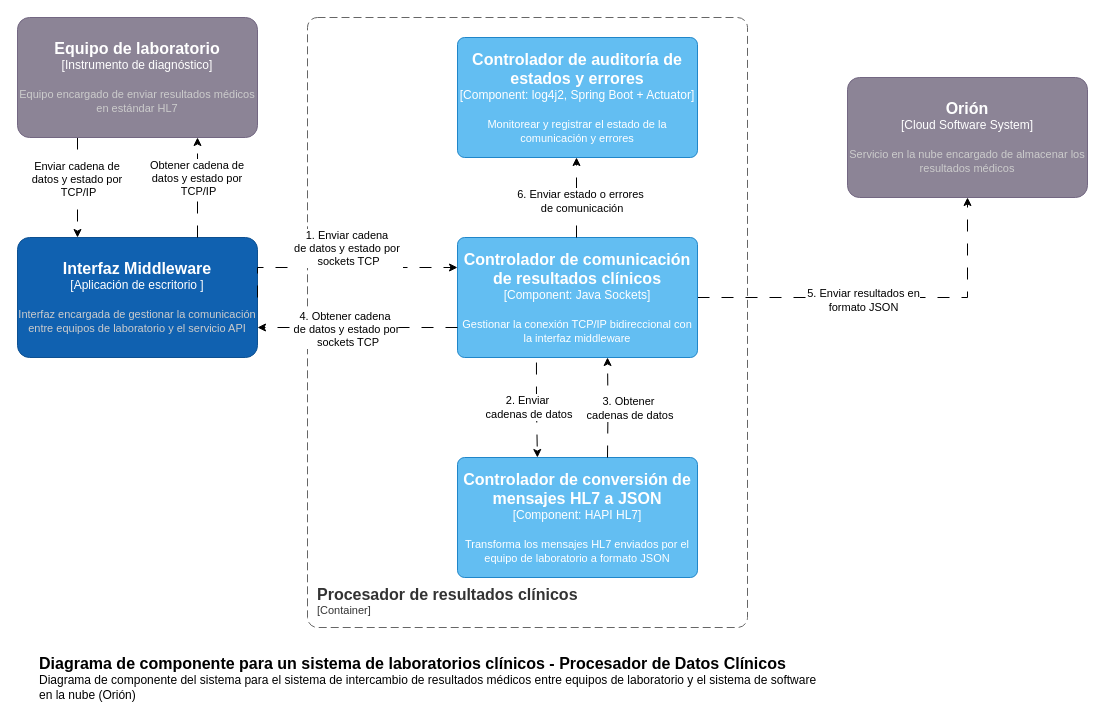
Above: page "Componente-PROCESADOR" (4 of 4) of Diagramas/TIC.drawio in GiulianAlbuja/TIC (draw.io), before the change. Source tidied: cells renumbered, new cells numbered last; positions are measured from the earlier drawing's top-left corner, leaving out a move shared by most shapes. Both pictures are drawn from the tidied source at 100%, with x=0, y=0 at pixel (17, 17).
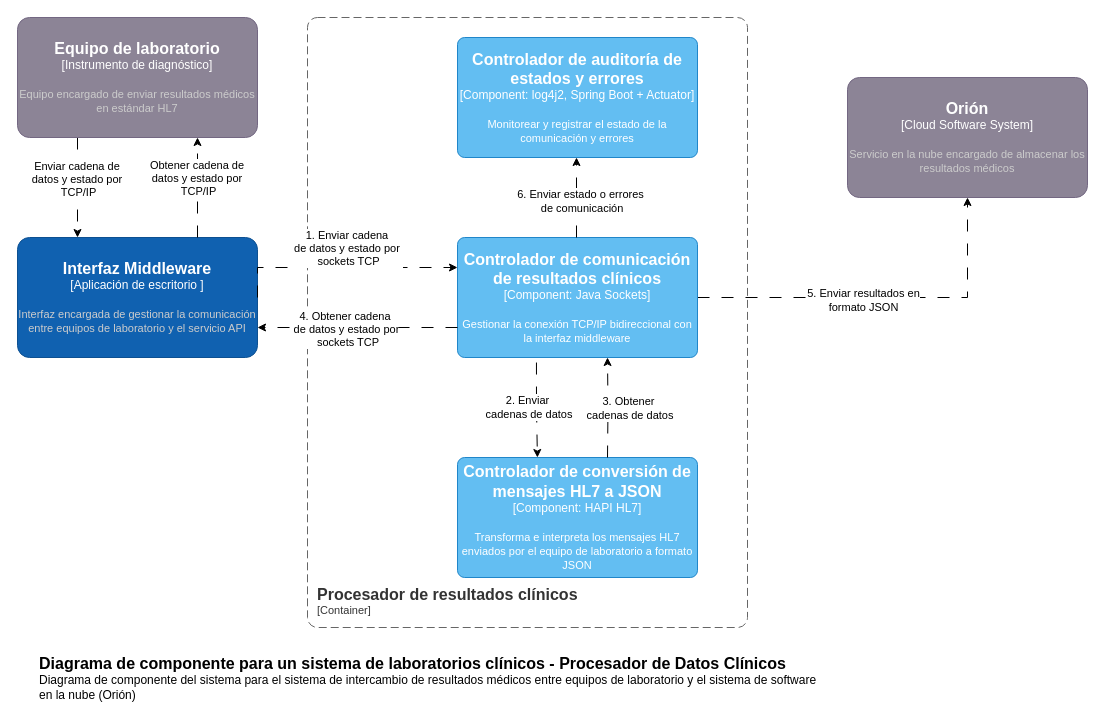
The same diagram, later.

Commit message (it also covers changes not shown here):
Se agrupa diagramas en un solo documento

Diff of the diagram source:
```diff
@@
-    <object id="11" label="&lt;font style=&quot;font-size: 16px&quot;&gt;&lt;b&gt;%c4Name%&lt;/b&gt;&lt;/font&gt;&lt;div&gt;[%c4Type%: %c4Technology%]&lt;/div&gt;&lt;br&gt;&lt;div&gt;&lt;font style=&quot;font-size: 11px&quot;&gt;%c4Description%&lt;/font&gt;&lt;/div&gt;" c4Description="Transforma los mensajes HL7 enviados por el equipo de laboratorio a formato JSON" c4Name="Controlador de conversión de mensajes HL7 a JSON" c4Technology="HAPI HL7" c4Type="Component" placeholders="1">
+    <object id="11" label="&lt;font style=&quot;font-size: 16px&quot;&gt;&lt;b&gt;%c4Name%&lt;/b&gt;&lt;/font&gt;&lt;div&gt;[%c4Type%: %c4Technology%]&lt;/div&gt;&lt;br&gt;&lt;div&gt;&lt;font style=&quot;font-size: 11px&quot;&gt;%c4Description%&lt;/font&gt;&lt;/div&gt;" c4Description="Transforma e interpreta los mensajes HL7 enviados por el equipo de laboratorio a formato JSON" c4Name="Controlador de conversión de mensajes HL7 a JSON" c4Technology="HAPI HL7" c4Type="Component" placeholders="1">
       <mxCell style="rounded=1;whiteSpace=wrap;html=1;labelBackgroundColor=none;fillColor=#63BEF2;fontColor=#ffffff;align=center;arcSize=6;strokeColor=#2086C9;points=[[0.25,0,0],[0.5,0,0],[0.75,0,0],[1,0.25,0],[1,0.5,0],[1,0.75,0],[0.75,1,0],[0.5,1,0],[0.25,1,0],[0,0.75,0],[0,0.5,0],[0,0.25,0]];" parent="1" vertex="1">
         <mxGeometry x="440" y="440" width="240" height="120" as="geometry" />
       </mxCell>
     </object>
```
